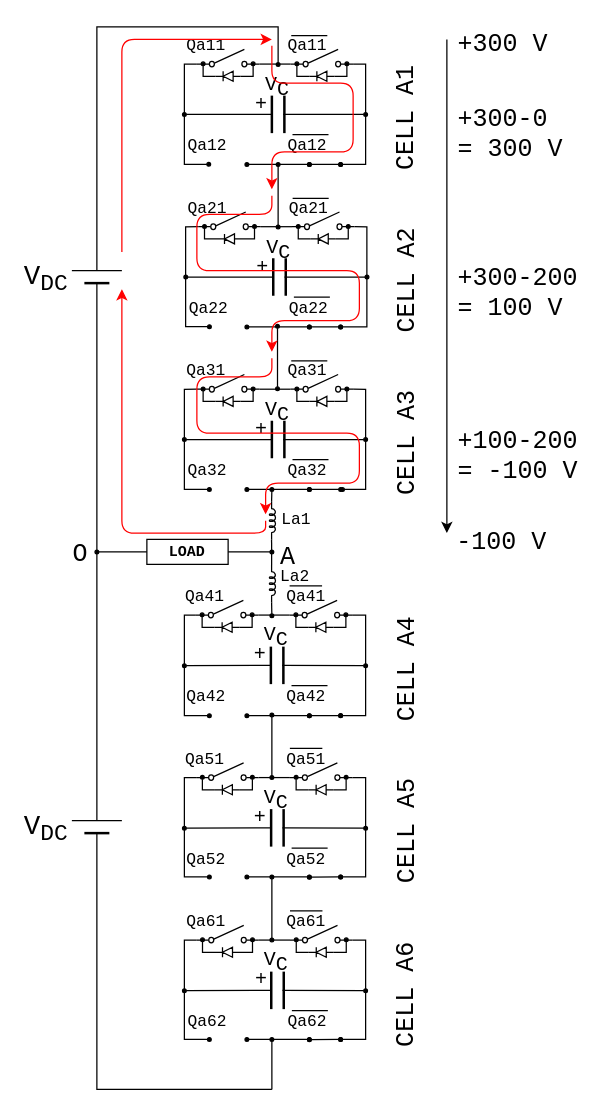
Earlier version of the draw.io diagram 1PH_MMC_1LEG_v3.drawio (thece36/drawio). Source tidied: cells renumbered, new cells numbered last; positions are measured from the earlier drawing's top-left corner, leaving out a move shared by most shapes. Both pictures are drawn from the tidied source at 125%, with x=0, y=0 at pixel (21, 26).
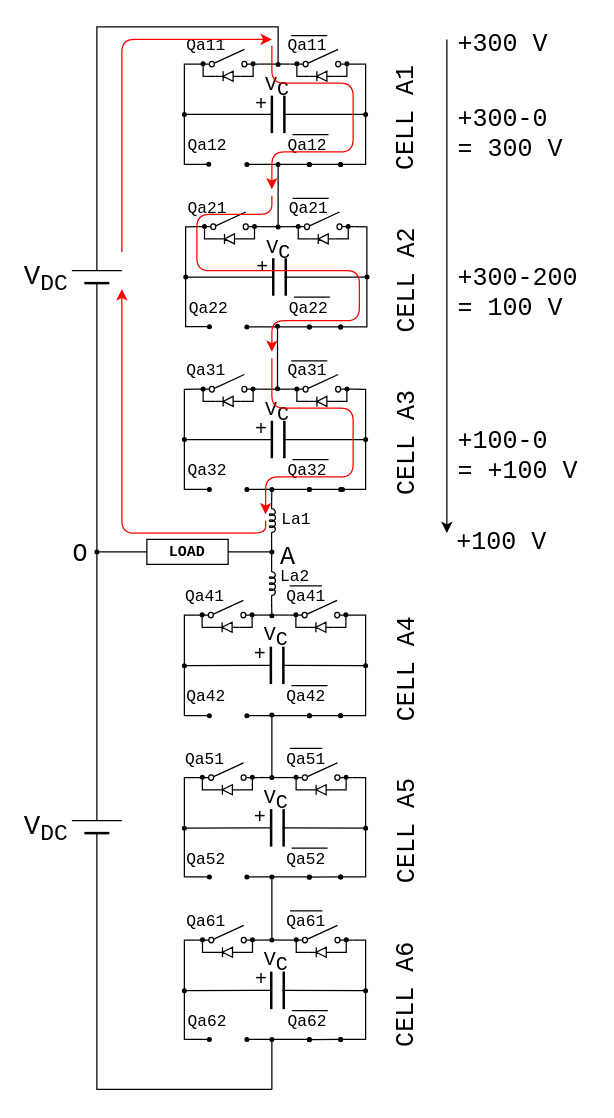
After the change.

Diff of the diagram source:
```diff
@@
-    <mxCell id="211" style="endArrow=classic;html=1;strokeColor=#FF0000;edgeStyle=orthogonalEdgeStyle;" parent="1" edge="1">
-      <mxGeometry relative="1" as="geometry">
-        <mxPoint x="200" y="265" as="sourcePoint" />
-        <mxPoint x="195" y="390" as="targetPoint" />
-        <Array as="points">
-          <mxPoint x="200" y="280" />
-          <mxPoint x="140" y="280" />
-          <mxPoint x="140" y="325" />
-          <mxPoint x="270" y="325" />
-          <mxPoint x="270" y="365" />
-          <mxPoint x="195" y="365" />
-          <mxPoint x="195" y="390" />
-        </Array>
-      </mxGeometry>
-    </mxCell>
@@
-    <mxCell id="217" value="&lt;div&gt;+100-200 &lt;br&gt;&lt;/div&gt;&lt;div&gt;= -100 V&lt;/div&gt;" style="text;html=1;align=left;verticalAlign=top;spacingTop=-4;fontSize=20;fontFamily=Courier New;" parent="1" vertex="1">
+    <mxCell id="217" value="&lt;div&gt;+100-0 &lt;br&gt;&lt;/div&gt;&lt;div&gt;= +100 V&lt;/div&gt;" style="text;html=1;align=left;verticalAlign=top;spacingTop=-4;fontSize=20;fontFamily=Courier New;" parent="1" vertex="1">
       <mxGeometry x="347" y="317.2" width="110" height="50" as="geometry" />
     </mxCell>
-    <mxCell id="218" value="-100 V" style="text;html=1;align=left;verticalAlign=top;spacingTop=-4;fontSize=20;fontFamily=Courier New;" parent="1" vertex="1">
+    <mxCell id="218" value="+100 V" style="text;html=1;align=left;verticalAlign=top;spacingTop=-4;fontSize=20;fontFamily=Courier New;" parent="1" vertex="1">
       <mxGeometry x="346" y="398" width="85" height="30" as="geometry" />
     </mxCell>
@@
+    <mxCell id="225" style="endArrow=classic;html=1;strokeColor=#FF0000;edgeStyle=orthogonalEdgeStyle;" parent="1" edge="1">
+      <mxGeometry relative="1" as="geometry">
+        <mxPoint x="200" y="265" as="sourcePoint" />
+        <mxPoint x="195" y="390" as="targetPoint" />
+        <Array as="points">
+          <mxPoint x="200" y="305" />
+          <mxPoint x="265" y="305" />
+          <mxPoint x="265" y="360" />
+          <mxPoint x="195" y="360" />
+          <mxPoint x="195" y="390" />
+        </Array>
+      </mxGeometry>
+    </mxCell>
```
